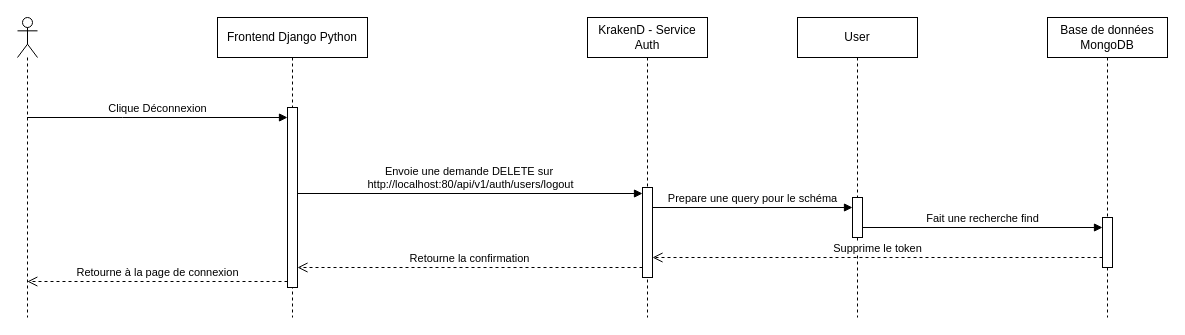
Above: docs/UML/Vues_de_processus/diag_logout.drawio in PraMaks/LOG430_Labo_0 (draw.io), before the change. Source tidied: cells renumbered, new cells numbered last; positions are measured from the earlier drawing's top-left corner, leaving out a move shared by most shapes. Both pictures are drawn from the tidied source at 100%, with x=0, y=0 at pixel (17, 17).
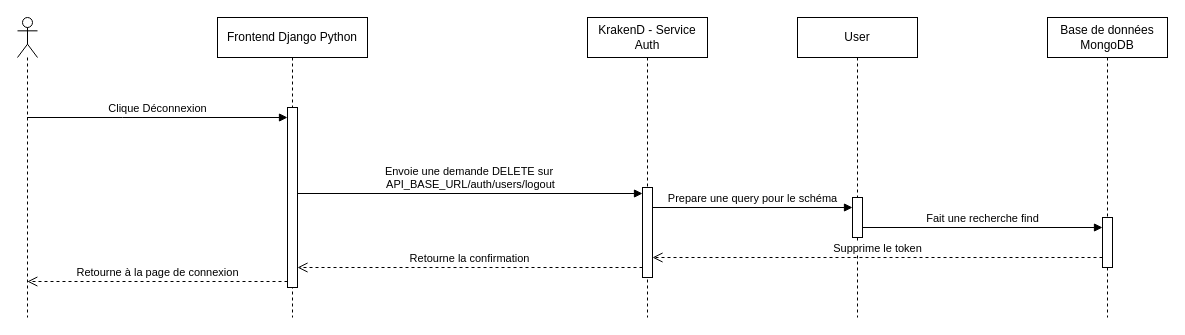
The same page after the edit.

The change refers to these unchanged cells:
```xml
<mxCell id="3" style="html=1;points=[];perimeter=orthogonalPerimeter;outlineConnect=0;targetShapes=umlLifeline;portConstraint=eastwest;newEdgeStyle={&quot;edgeStyle&quot;:&quot;elbowEdgeStyle&quot;,&quot;elbow&quot;:&quot;vertical&quot;,&quot;curved&quot;:0,&quot;rounded&quot;:0};" parent="2" vertex="1">
  <mxGeometry x="70" y="90" width="10" height="180" as="geometry" />
</mxCell>
```

The edit, as a diff of the source:
```diff
@@
-    <mxCell id="12" value="Envoie une demande DELETE sur&amp;nbsp;&lt;div&gt;http://localhost:80/api/v1/auth/users/logout&lt;/div&gt;" style="html=1;verticalAlign=bottom;endArrow=block;edgeStyle=elbowEdgeStyle;elbow=vertical;curved=0;rounded=0;" parent="1" edge="1" source="3">
+    <mxCell id="12" value="Envoie une demande DELETE sur&amp;nbsp;&lt;div&gt;API_BASE_URL/auth/users/logout&lt;/div&gt;" style="html=1;verticalAlign=bottom;endArrow=block;edgeStyle=elbowEdgeStyle;elbow=vertical;curved=0;rounded=0;" parent="1" edge="1" source="3">
       <mxGeometry relative="1" as="geometry">
         <mxPoint x="625" y="176" as="targetPoint" />
         <Array as="points">
           <mxPoint x="385.5" y="176" />
         </Array>
       </mxGeometry>
     </mxCell>
```
